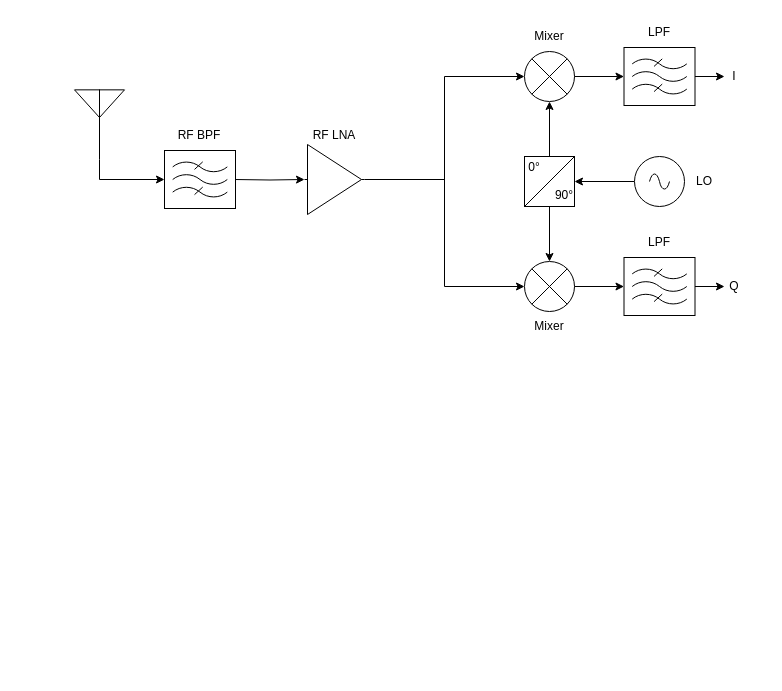
Niclasapdk/esd5_project keeps this draw.io diagram as gitfigures/system_design/rf_front_end/superheterodynereceiver.drawio. Above is the earlier version. Source tidied: cells renumbered, new cells numbered last; positions are measured from the earlier drawing's top-left corner, leaving out a move shared by most shapes. Both pictures are drawn from the tidied source at 100%, with x=0, y=0 at pixel (74, 17).
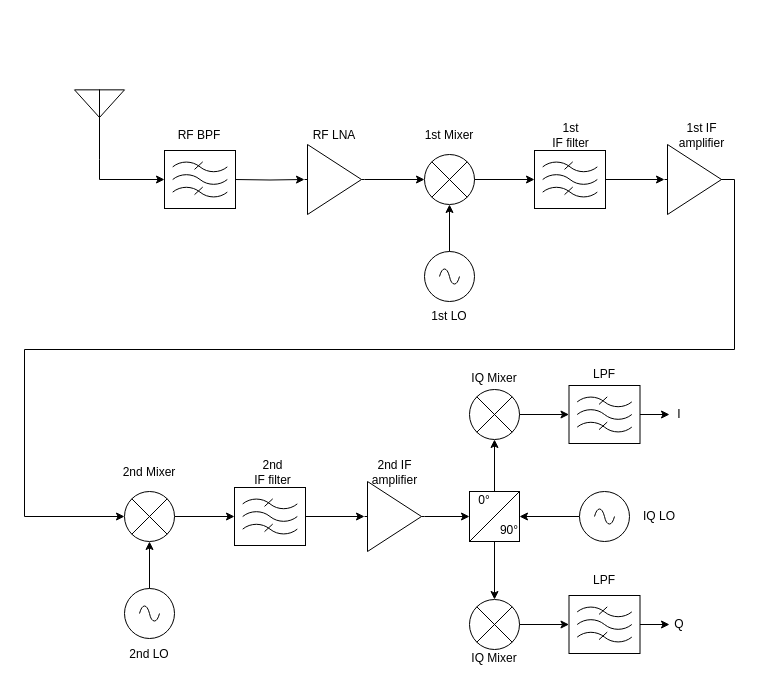
The same page after the edit.

Unchanged cells that the change refers to:
```xml
<mxCell id="4" style="verticalLabelPosition=bottom;shadow=0;dashed=0;align=center;html=1;verticalAlign=top;shape=mxgraph.electrical.abstract.amplifier;" parent="1" vertex="1">
  <mxGeometry x="230" y="127" width="60" height="70" as="geometry" />
</mxCell>
```

Diff of the diagram source:
```diff
@@
     <mxCell id="7" style="verticalLabelPosition=bottom;shadow=0;dashed=0;align=center;html=1;verticalAlign=top;shape=mxgraph.electrical.abstract.multiplier;" parent="1" vertex="1">
-      <mxGeometry x="450" y="34" width="50" height="50" as="geometry" />
+      <mxGeometry x="395" y="372" width="50" height="50" as="geometry" />
     </mxCell>
     <mxCell id="8" style="verticalLabelPosition=bottom;shadow=0;dashed=0;align=center;html=1;verticalAlign=top;shape=mxgraph.electrical.abstract.multiplier;" parent="1" vertex="1">
-      <mxGeometry x="450" y="244" width="50" height="50" as="geometry" />
+      <mxGeometry x="395" y="582" width="50" height="50" as="geometry" />
     </mxCell>
-    <mxCell id="9" style="edgeStyle=orthogonalEdgeStyle;rounded=0;jettySize=auto;html=1;entryX=0;entryY=0.5;entryDx=0;entryDy=0;entryPerimeter=0;" parent="1" edge="1" target="7">
-      <mxGeometry relative="1" as="geometry">
-        <mxPoint x="370" y="172" as="sourcePoint" />
-        <Array as="points">
-          <mxPoint x="370" y="165" />
-          <mxPoint x="370" y="59" />
-        </Array>
-      </mxGeometry>
-    </mxCell>
-    <mxCell id="10" style="edgeStyle=orthogonalEdgeStyle;rounded=0;jettySize=auto;html=1;entryX=0;entryY=0.5;entryDx=0;entryDy=0;entryPerimeter=0;exitX=1;exitY=0.5;exitDx=0;exitDy=0;exitPerimeter=0;" parent="1" edge="1" source="4" target="8">
-      <mxGeometry relative="1" as="geometry" />
-    </mxCell>
     <mxCell id="11" style="rounded=0;whiteSpace=wrap;html=1;" parent="1" vertex="1">
-      <mxGeometry x="450" y="139" width="50" height="50" as="geometry" />
+      <mxGeometry x="395" y="474" width="50" height="50" as="geometry" />
     </mxCell>
@@
     <mxCell id="15" value="0°" style="text;html=1;align=center;verticalAlign=middle;whiteSpace=wrap;rounded=0;" parent="1" vertex="1">
-      <mxGeometry x="430" y="135" width="60" height="30" as="geometry" />
+      <mxGeometry x="380" y="468" width="60" height="30" as="geometry" />
     </mxCell>
     <mxCell id="16" value="90°" style="text;html=1;align=center;verticalAlign=middle;whiteSpace=wrap;rounded=0;" parent="1" vertex="1">
-      <mxGeometry x="460" y="163" width="60" height="30" as="geometry" />
+      <mxGeometry x="405" y="498" width="60" height="30" as="geometry" />
     </mxCell>
@@
     <mxCell id="18" style="verticalLabelPosition=bottom;shadow=0;dashed=0;align=center;html=1;verticalAlign=top;shape=mxgraph.electrical.signal_sources.source;points=[[0.5,0,0],[1,0.5,0],[0.5,1,0],[0,0.5,0]];elSignalType=ac;" parent="1" vertex="1">
-      <mxGeometry x="560" y="139" width="50" height="50" as="geometry" />
+      <mxGeometry x="505" y="474" width="50" height="50" as="geometry" />
     </mxCell>
     <mxCell id="19" style="edgeStyle=orthogonalEdgeStyle;rounded=0;jettySize=auto;html=1;" parent="1" edge="1" source="20">
       <mxGeometry relative="1" as="geometry">
-        <mxPoint x="650" y="59" as="targetPoint" />
+        <mxPoint x="595" y="397" as="targetPoint" />
       </mxGeometry>
     </mxCell>
     <mxCell id="20" style="verticalLabelPosition=bottom;shadow=0;dashed=0;align=center;html=1;verticalAlign=top;shape=mxgraph.electrical.abstract.filter;" parent="1" vertex="1">
-      <mxGeometry x="549.5" y="30" width="71" height="58" as="geometry" />
+      <mxGeometry x="494.5" y="368" width="71" height="58" as="geometry" />
     </mxCell>
     <mxCell id="21" style="edgeStyle=orthogonalEdgeStyle;rounded=0;jettySize=auto;html=1;" parent="1" edge="1" source="22">
       <mxGeometry relative="1" as="geometry">
-        <mxPoint x="650" y="269" as="targetPoint" />
+        <mxPoint x="595" y="607" as="targetPoint" />
       </mxGeometry>
     </mxCell>
     <mxCell id="22" style="verticalLabelPosition=bottom;shadow=0;dashed=0;align=center;html=1;verticalAlign=top;shape=mxgraph.electrical.abstract.filter;" parent="1" vertex="1">
-      <mxGeometry x="549.5" y="240" width="71" height="58" as="geometry" />
+      <mxGeometry x="494.5" y="578" width="71" height="58" as="geometry" />
     </mxCell>
@@
     <mxCell id="25" value="Q" style="text;html=1;align=center;verticalAlign=middle;whiteSpace=wrap;rounded=0;" parent="1" vertex="1">
-      <mxGeometry x="630" y="254" width="60" height="30" as="geometry" />
+      <mxGeometry x="575" y="592" width="60" height="30" as="geometry" />
     </mxCell>
     <mxCell id="26" value="I" style="text;html=1;align=center;verticalAlign=middle;whiteSpace=wrap;rounded=0;" parent="1" vertex="1">
-      <mxGeometry x="630" y="44" width="60" height="30" as="geometry" />
+      <mxGeometry x="575" y="382" width="60" height="30" as="geometry" />
     </mxCell>
@@
-    <mxCell id="29" value="LO" style="text;html=1;align=center;verticalAlign=middle;whiteSpace=wrap;rounded=0;" parent="1" vertex="1">
-      <mxGeometry x="600" y="149" width="60" height="30" as="geometry" />
+    <mxCell id="29" value="IQ LO" style="text;html=1;align=center;verticalAlign=middle;whiteSpace=wrap;rounded=0;" parent="1" vertex="1">
+      <mxGeometry x="555" y="484" width="60" height="30" as="geometry" />
     </mxCell>
-    <mxCell id="30" value="Mixer" style="text;html=1;align=center;verticalAlign=middle;whiteSpace=wrap;rounded=0;" parent="1" vertex="1">
-      <mxGeometry x="445" y="4" width="60" height="30" as="geometry" />
+    <mxCell id="30" value="IQ Mixer" style="text;html=1;align=center;verticalAlign=middle;whiteSpace=wrap;rounded=0;" parent="1" vertex="1">
+      <mxGeometry x="390" y="346" width="60" height="30" as="geometry" />
     </mxCell>
-    <mxCell id="31" value="Mixer" style="text;html=1;align=center;verticalAlign=middle;whiteSpace=wrap;rounded=0;" parent="1" vertex="1">
-      <mxGeometry x="445" y="294" width="60" height="30" as="geometry" />
+    <mxCell id="31" value="IQ Mixer" style="text;html=1;align=center;verticalAlign=middle;whiteSpace=wrap;rounded=0;" parent="1" vertex="1">
+      <mxGeometry x="390" y="626" width="60" height="30" as="geometry" />
     </mxCell>
     <mxCell id="32" value="&lt;div&gt;LPF&lt;/div&gt;" style="text;html=1;align=center;verticalAlign=middle;whiteSpace=wrap;rounded=0;" parent="1" vertex="1">
-      <mxGeometry x="555" y="210" width="60" height="30" as="geometry" />
+      <mxGeometry x="500" y="548" width="60" height="30" as="geometry" />
     </mxCell>
     <mxCell id="33" value="LPF" style="text;html=1;align=center;verticalAlign=middle;whiteSpace=wrap;rounded=0;" parent="1" vertex="1">
-      <mxGeometry x="555" width="60" height="30" as="geometry" />
+      <mxGeometry x="500" y="342" width="60" height="30" as="geometry" />
     </mxCell>
+    <mxCell id="34" style="verticalLabelPosition=bottom;shadow=0;dashed=0;align=center;html=1;verticalAlign=top;shape=mxgraph.electrical.abstract.multiplier;" parent="1" vertex="1">
+      <mxGeometry x="350" y="137" width="50" height="50" as="geometry" />
+    </mxCell>
+    <mxCell id="35" style="verticalLabelPosition=bottom;shadow=0;dashed=0;align=center;html=1;verticalAlign=top;shape=mxgraph.electrical.signal_sources.source;points=[[0.5,0,0],[1,0.5,0],[0.5,1,0],[0,0.5,0]];elSignalType=ac;" parent="1" vertex="1">
+      <mxGeometry x="350" y="234" width="50" height="50" as="geometry" />
+    </mxCell>
+    <mxCell id="36" style="edgeStyle=orthogonalEdgeStyle;rounded=0;jettySize=auto;html=1;entryX=0;entryY=0.5;entryDx=0;entryDy=0;entryPerimeter=0;" parent="1" edge="1" source="4" target="34">
+      <mxGeometry relative="1" as="geometry" />
+    </mxCell>
+    <mxCell id="37" style="edgeStyle=orthogonalEdgeStyle;rounded=0;jettySize=auto;html=1;entryX=0.5;entryY=1;entryDx=0;entryDy=0;entryPerimeter=0;" parent="1" edge="1" source="35" target="34">
+      <mxGeometry relative="1" as="geometry" />
+    </mxCell>
+    <mxCell id="38" style="verticalLabelPosition=bottom;shadow=0;dashed=0;align=center;html=1;verticalAlign=top;shape=mxgraph.electrical.abstract.filter;" parent="1" vertex="1">
+      <mxGeometry x="460" y="133" width="71" height="58" as="geometry" />
+    </mxCell>
+    <mxCell id="39" style="edgeStyle=orthogonalEdgeStyle;rounded=0;jettySize=auto;html=1;entryX=0;entryY=0.5;entryDx=0;entryDy=0;entryPerimeter=0;" parent="1" edge="1" source="34" target="38">
+      <mxGeometry relative="1" as="geometry" />
+    </mxCell>
+    <mxCell id="40" style="edgeStyle=orthogonalEdgeStyle;rounded=0;jettySize=auto;html=1;entryX=0;entryY=0.5;entryDx=0;entryDy=0;entryPerimeter=0;" parent="1" edge="1" target="44">
+      <mxGeometry relative="1" as="geometry">
+        <mxPoint x="630" y="162" as="sourcePoint" />
+        <Array as="points">
+          <mxPoint x="660" y="162" />
+          <mxPoint x="660" y="332" />
+          <mxPoint x="-50" y="332" />
+          <mxPoint x="-50" y="499" />
+        </Array>
+      </mxGeometry>
+    </mxCell>
+    <mxCell id="41" style="verticalLabelPosition=bottom;shadow=0;dashed=0;align=center;html=1;verticalAlign=top;shape=mxgraph.electrical.abstract.amplifier;" parent="1" vertex="1">
+      <mxGeometry x="590" y="127" width="60" height="70" as="geometry" />
+    </mxCell>
+    <mxCell id="42" style="edgeStyle=orthogonalEdgeStyle;rounded=0;jettySize=auto;html=1;entryX=0;entryY=0.5;entryDx=0;entryDy=0;entryPerimeter=0;" parent="1" edge="1" source="38" target="41">
+      <mxGeometry relative="1" as="geometry" />
+    </mxCell>
+    <mxCell id="43" style="edgeStyle=orthogonalEdgeStyle;rounded=0;jettySize=auto;html=1;" parent="1" edge="1" source="44" target="48">
+      <mxGeometry relative="1" as="geometry" />
+    </mxCell>
+    <mxCell id="44" style="verticalLabelPosition=bottom;shadow=0;dashed=0;align=center;html=1;verticalAlign=top;shape=mxgraph.electrical.abstract.multiplier;" parent="1" vertex="1">
+      <mxGeometry x="50" y="474" width="50" height="50" as="geometry" />
+    </mxCell>
+    <mxCell id="45" style="verticalLabelPosition=bottom;shadow=0;dashed=0;align=center;html=1;verticalAlign=top;shape=mxgraph.electrical.signal_sources.source;points=[[0.5,0,0],[1,0.5,0],[0.5,1,0],[0,0.5,0]];elSignalType=ac;" parent="1" vertex="1">
+      <mxGeometry x="50" y="571" width="50" height="50" as="geometry" />
+    </mxCell>
+    <mxCell id="46" style="edgeStyle=orthogonalEdgeStyle;rounded=0;jettySize=auto;html=1;entryX=0.5;entryY=1;entryDx=0;entryDy=0;entryPerimeter=0;" parent="1" edge="1" source="45" target="44">
+      <mxGeometry relative="1" as="geometry" />
+    </mxCell>
+    <mxCell id="47" style="edgeStyle=orthogonalEdgeStyle;rounded=0;jettySize=auto;html=1;" parent="1" edge="1" source="48" target="51">
+      <mxGeometry relative="1" as="geometry" />
+    </mxCell>
+    <mxCell id="48" style="verticalLabelPosition=bottom;shadow=0;dashed=0;align=center;html=1;verticalAlign=top;shape=mxgraph.electrical.abstract.filter;" parent="1" vertex="1">
+      <mxGeometry x="160" y="470" width="71" height="58" as="geometry" />
+    </mxCell>
+    <mxCell id="49" value="1st Mixer" style="text;html=1;align=center;verticalAlign=middle;whiteSpace=wrap;rounded=0;" parent="1" vertex="1">
+      <mxGeometry x="345" y="103" width="60" height="30" as="geometry" />
+    </mxCell>
+    <mxCell id="50" style="edgeStyle=orthogonalEdgeStyle;rounded=0;jettySize=auto;html=1;entryX=0;entryY=0.5;entryDx=0;entryDy=0;" parent="1" edge="1" source="51" target="11">
+      <mxGeometry relative="1" as="geometry" />
+    </mxCell>
+    <mxCell id="51" style="verticalLabelPosition=bottom;shadow=0;dashed=0;align=center;html=1;verticalAlign=top;shape=mxgraph.electrical.abstract.amplifier;" parent="1" vertex="1">
+      <mxGeometry x="290" y="464" width="60" height="70" as="geometry" />
+    </mxCell>
+    <mxCell id="52" value="1st LO" style="text;html=1;align=center;verticalAlign=middle;whiteSpace=wrap;rounded=0;" parent="1" vertex="1">
+      <mxGeometry x="345" y="284" width="60" height="30" as="geometry" />
+    </mxCell>
+    <mxCell id="53" value="1st&lt;div&gt;IF filter&lt;/div&gt;" style="text;html=1;align=center;verticalAlign=middle;whiteSpace=wrap;rounded=0;" parent="1" vertex="1">
+      <mxGeometry x="459" y="103" width="74.5" height="30" as="geometry" />
+    </mxCell>
+    <mxCell id="54" value="1st IF amplifier" style="text;html=1;align=center;verticalAlign=middle;whiteSpace=wrap;rounded=0;" parent="1" vertex="1">
+      <mxGeometry x="590" y="103" width="74.5" height="30" as="geometry" />
+    </mxCell>
+    <mxCell id="55" value="2nd Mixer" style="text;html=1;align=center;verticalAlign=middle;whiteSpace=wrap;rounded=0;" parent="1" vertex="1">
+      <mxGeometry x="45" y="440" width="60" height="30" as="geometry" />
+    </mxCell>
+    <mxCell id="56" value="2nd LO" style="text;html=1;align=center;verticalAlign=middle;whiteSpace=wrap;rounded=0;" parent="1" vertex="1">
+      <mxGeometry x="45" y="622" width="60" height="30" as="geometry" />
+    </mxCell>
+    <mxCell id="57" value="2nd &lt;br&gt;&lt;div&gt;IF filter&lt;/div&gt;" style="text;html=1;align=center;verticalAlign=middle;whiteSpace=wrap;rounded=0;" parent="1" vertex="1">
+      <mxGeometry x="161" y="440" width="74.5" height="30" as="geometry" />
+    </mxCell>
+    <mxCell id="58" value="2nd IF amplifier" style="text;html=1;align=center;verticalAlign=middle;whiteSpace=wrap;rounded=0;" parent="1" vertex="1">
+      <mxGeometry x="282.8" y="440" width="74.5" height="30" as="geometry" />
+    </mxCell>
```
